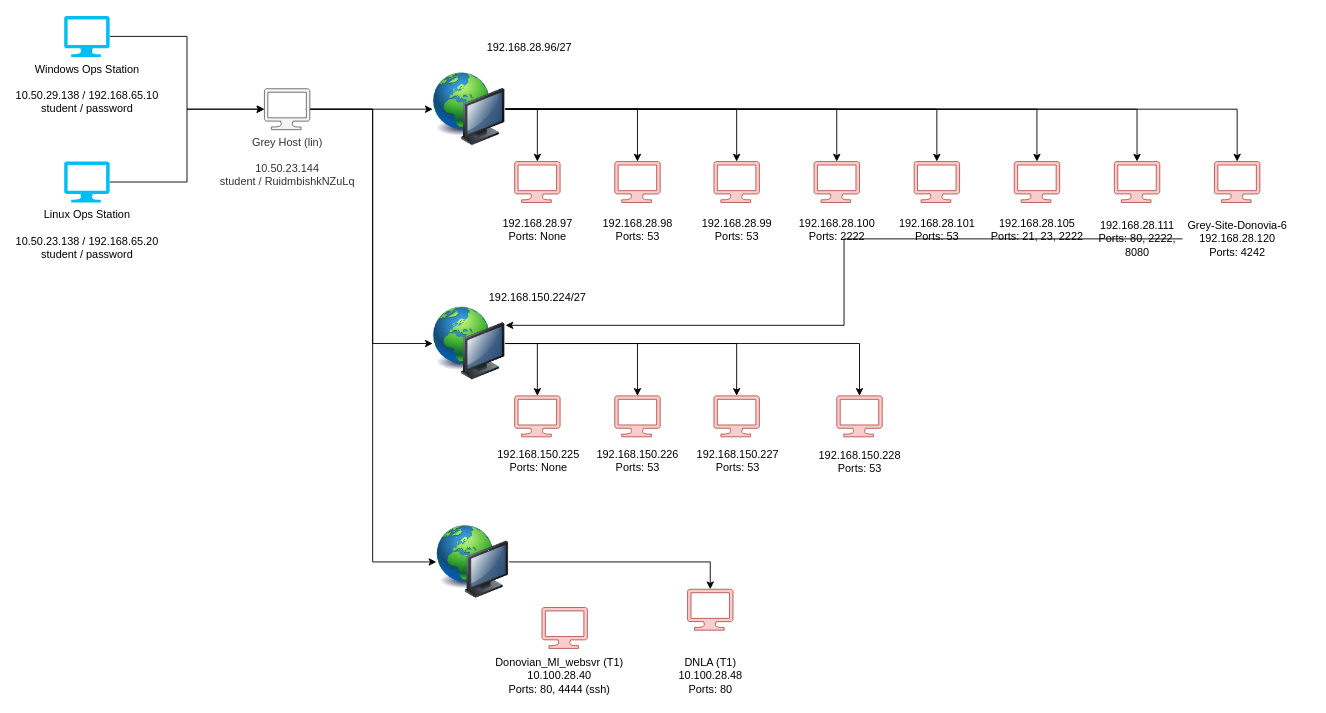
abfarr/cctc keeps this draw.io diagram as security/ctf/CyOOC-22-001_Network_Diagram.drawio. Above is the earlier version. Source tidied: cells renumbered, new cells numbered last; positions are measured from the earlier drawing's top-left corner, leaving out a move shared by most shapes. Both pictures are drawn from the tidied source at 91%, with x=0, y=0 at pixel (64, 15).
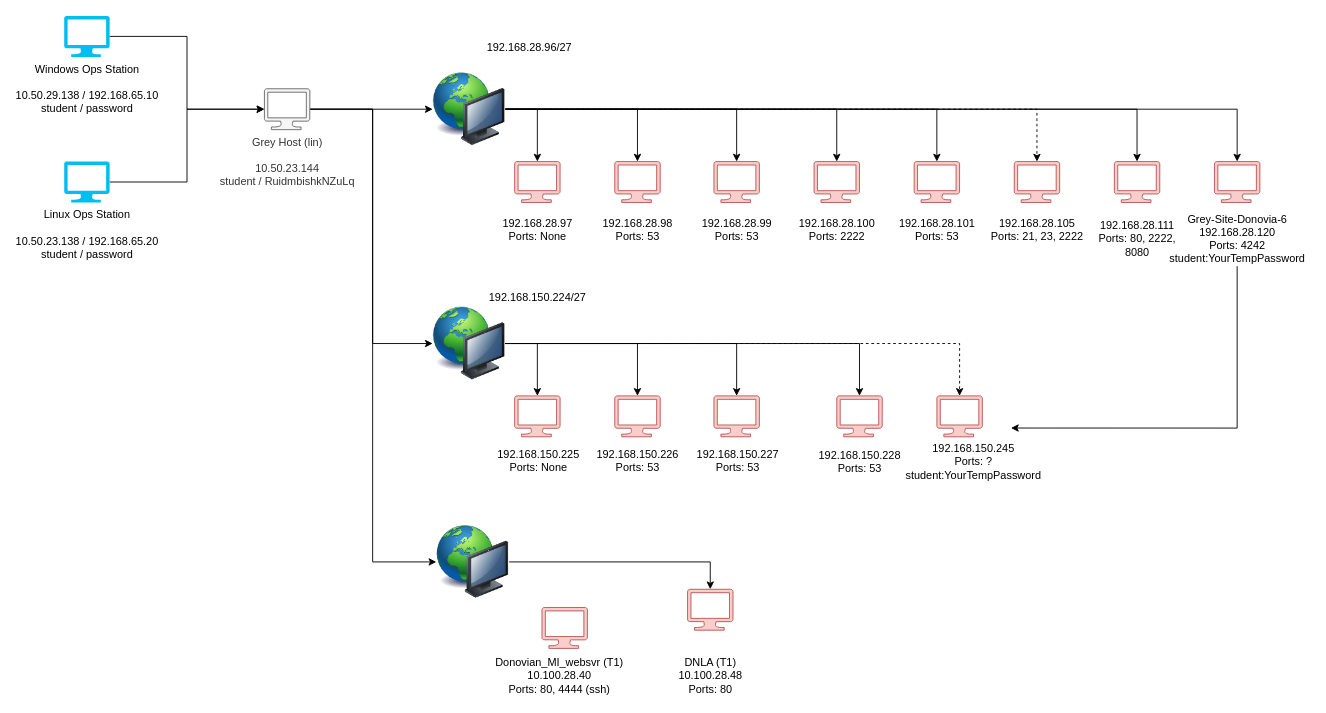
The same diagram, later.

Unchanged cells that the change refers to:
```xml
<mxCell id="19" style="image;html=1;image=img/lib/clip_art/computers/Network_128x128.png;fillColor=#f8cecc;strokeColor=#b85450;" parent="1" vertex="1">
  <mxGeometry x="405" y="62.5" width="80" height="80" as="geometry" />
</mxCell>
<mxCell id="28" style="image;html=1;image=img/lib/clip_art/computers/Network_128x128.png;fillColor=#f8cecc;strokeColor=#b85450;" parent="1" vertex="1">
  <mxGeometry x="405" y="320" width="80" height="80" as="geometry" />
</mxCell>
<mxCell id="40" style="verticalLabelPosition=bottom;html=1;verticalAlign=top;align=center;strokeColor=#b85450;fillColor=#f8cecc;shape=mxgraph.azure.computer;" parent="1" vertex="1">
  <mxGeometry x="1044" y="160" width="50" height="45" as="geometry" />
</mxCell>
```

Change to the diagram source:
```diff
@@
-    <mxCell id="16" style="edgeStyle=orthogonalEdgeStyle;rounded=0;jettySize=auto;html=1;exitX=1;exitY=0.5;exitDx=0;exitDy=0;entryX=0.5;entryY=0;entryDx=0;entryDy=0;entryPerimeter=0;" parent="1" edge="1" source="19" target="40">
+    <mxCell id="16" style="edgeStyle=orthogonalEdgeStyle;rounded=0;jettySize=auto;html=1;exitX=1;exitY=0.5;exitDx=0;exitDy=0;entryX=0.5;entryY=0;entryDx=0;entryDy=0;entryPerimeter=0;dashed=1;" parent="1" edge="1" source="19" target="40">
       <mxGeometry relative="1" as="geometry" />
     </mxCell>
@@
+    <mxCell id="57" style="edgeStyle=orthogonalEdgeStyle;rounded=0;jettySize=auto;html=1;exitX=1;exitY=0.5;exitDx=0;exitDy=0;entryX=0.5;entryY=0;entryDx=0;entryDy=0;entryPerimeter=0;dashed=1;" parent="1" edge="1" source="28" target="59">
+      <mxGeometry relative="1" as="geometry" />
+    </mxCell>
@@
-    <mxCell id="44" style="edgeStyle=orthogonalEdgeStyle;rounded=0;jettySize=auto;html=1;entryX=1;entryY=0.25;entryDx=0;entryDy=0;" parent="1" edge="1" source="45" target="28">
-      <mxGeometry relative="1" as="geometry" />
-    </mxCell>
+    <mxCell id="58" style="edgeStyle=orthogonalEdgeStyle;rounded=0;jettySize=auto;html=1;entryX=0.759;entryY=-0.243;entryDx=0;entryDy=0;entryPerimeter=0;" parent="1" edge="1" source="45" target="60">
+      <mxGeometry relative="1" as="geometry">
+        <Array as="points">
+          <mxPoint x="1289" y="453" />
+        </Array>
+      </mxGeometry>
+    </mxCell>
-    <mxCell id="45" value="Grey-Site-Donovia-6&lt;br&gt;192.168.28.120&lt;br&gt;Ports: 4242" style="text;html=1;align=center;verticalAlign=middle;points=[];strokeColor=none;fillColor=none;" parent="1" vertex="1">
-      <mxGeometry x="1229" y="220" width="120" height="50" as="geometry" />
+    <mxCell id="45" value="Grey-Site-Donovia-6&lt;br&gt;192.168.28.120&lt;br&gt;Ports: 4242&lt;br&gt;student:YourTempPassword" style="text;html=1;align=center;verticalAlign=middle;points=[];strokeColor=none;fillColor=none;" parent="1" vertex="1">
+      <mxGeometry x="1209" y="215" width="160" height="60" as="geometry" />
     </mxCell>
@@
+    <mxCell id="59" style="verticalLabelPosition=bottom;html=1;verticalAlign=top;align=center;strokeColor=#b85450;fillColor=#f8cecc;shape=mxgraph.azure.computer;" parent="1" vertex="1">
+      <mxGeometry x="959" y="417.5" width="50" height="45" as="geometry" />
+    </mxCell>
+    <mxCell id="60" value="192.168.150.245&lt;br&gt;Ports: ?&lt;br&gt;student:YourTempPassword" style="text;html=1;align=center;verticalAlign=middle;points=[];strokeColor=none;fillColor=none;" parent="1" vertex="1">
+      <mxGeometry x="919" y="465" width="160" height="50" as="geometry" />
+    </mxCell>
```
